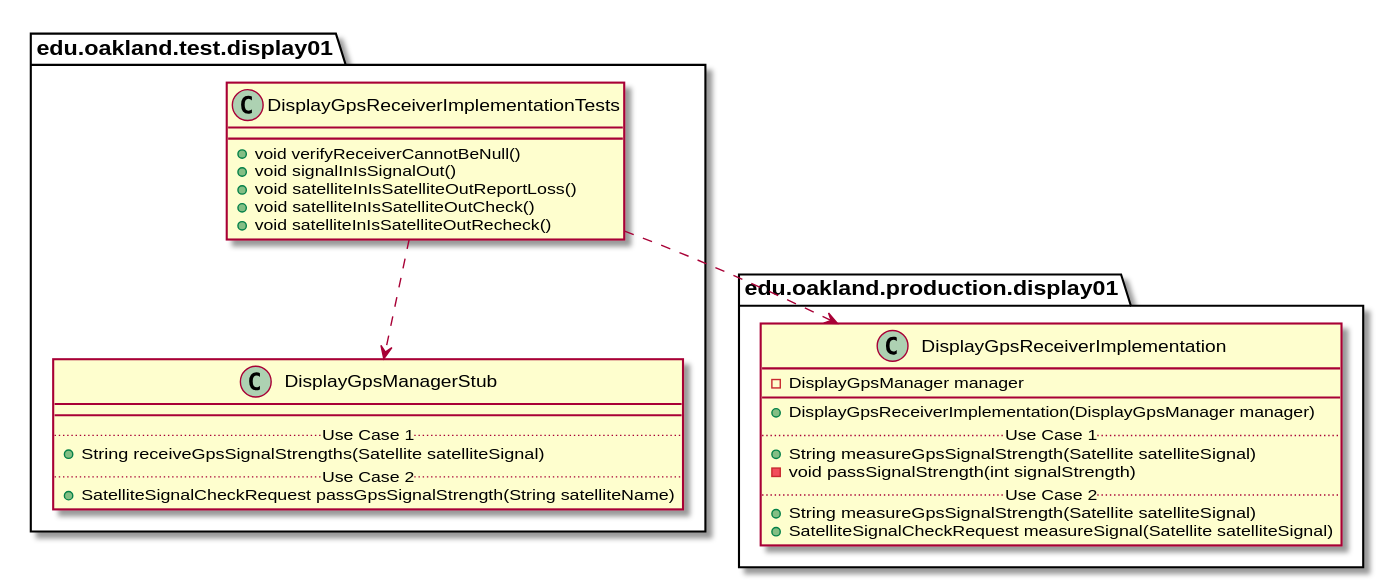
This is docs/uml-class-diagrams/display01/test/DisplayGpsReceiverImplementationTests/DisplayGpsReceiverImplementationTests_DirectDependencies.svg from andrewdimmer/csi-3370-software-project, a PlantUML export, as it was before one commit.
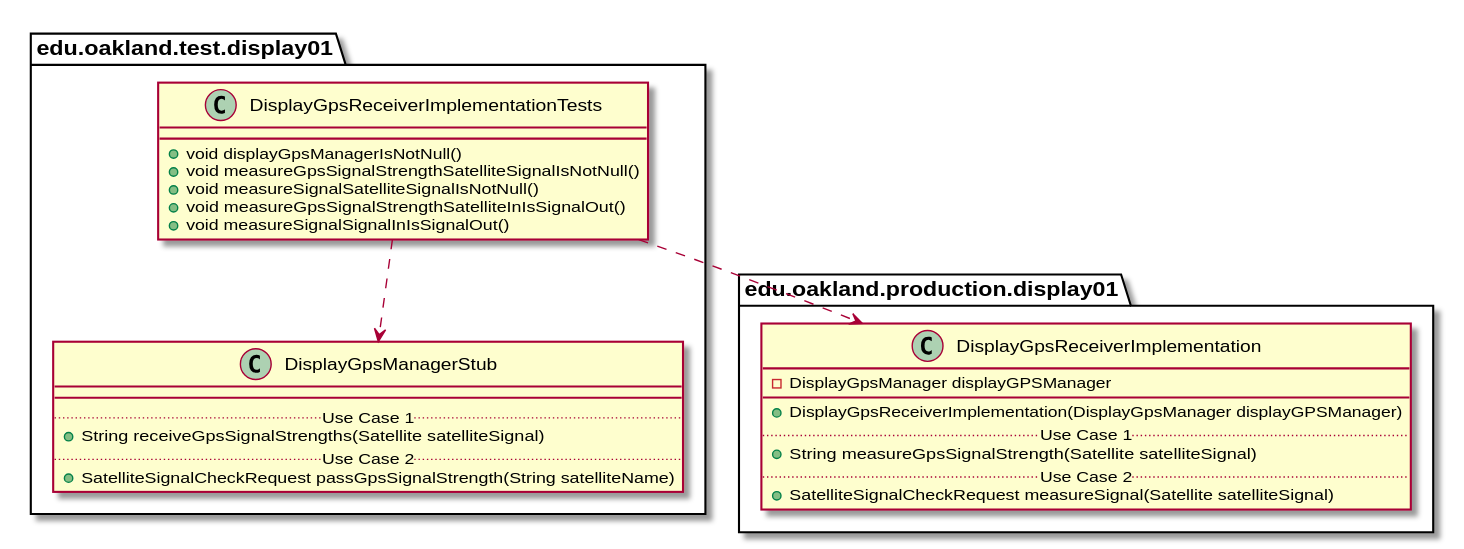
The same diagram one commit later.

Change to the diagram source:
```diff
@@ -3,11 +3,11 @@
 
 package edu.oakland.test.display01 {
     class DisplayGpsReceiverImplementationTests {
-        + void verifyReceiverCannotBeNull()
-        + void signalInIsSignalOut()
-        + void satelliteInIsSatelliteOutReportLoss()
-        + void satelliteInIsSatelliteOutCheck()
-        + void satelliteInIsSatelliteOutRecheck()
+        + void displayGpsManagerIsNotNull()
+        + void measureGpsSignalStrengthSatelliteSignalIsNotNull()
+        + void measureSignalSatelliteSignalIsNotNull()
+        + void measureGpsSignalStrengthSatelliteInIsSignalOut()
+        + void measureSignalSignalInIsSignalOut()
     }
 }
 
@@ -28,14 +28,12 @@
 
 package edu.oakland.production.display01 {
     class DisplayGpsReceiverImplementation {
-        - DisplayGpsManager manager
+        - DisplayGpsManager displayGPSManager
         __
-        + DisplayGpsReceiverImplementation(DisplayGpsManager manager)
+        + DisplayGpsReceiverImplementation(DisplayGpsManager displayGPSManager)
         .. Use Case 1 ..
         + String measureGpsSignalStrength(Satellite satelliteSignal)
-        - void passSignalStrength(int signalStrength)
         .. Use Case 2 ..
-        + String measureGpsSignalStrength(Satellite satelliteSignal)
         + SatelliteSignalCheckRequest measureSignal(Satellite satelliteSignal)
     }
 }
```
